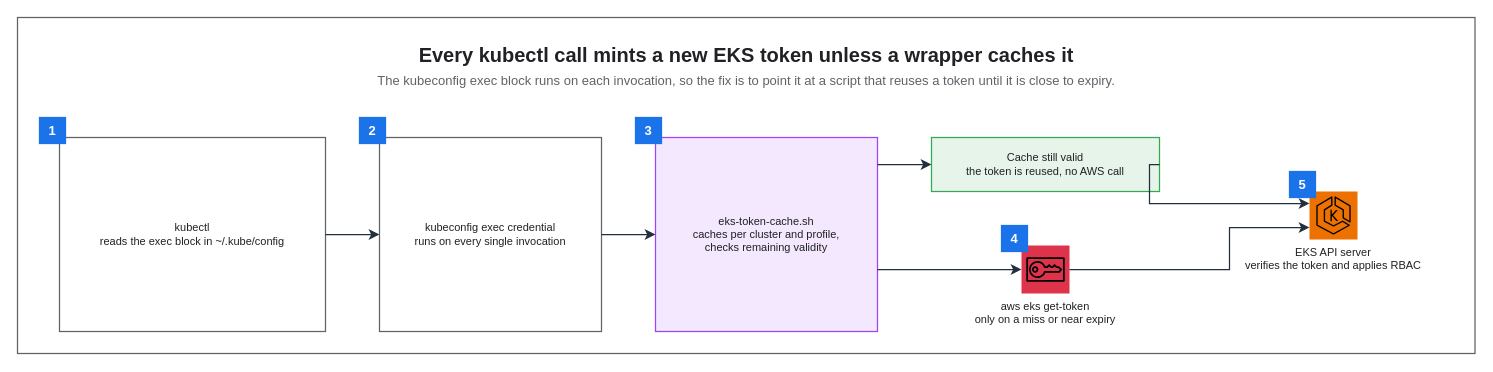
Above: assets/img/aws/eks-token-cache-flow.drawio in KKamJi98/kkamji98.github.io (draw.io), before the change. Source tidied: cells renumbered, new cells numbered last; positions are measured from the earlier drawing's top-left corner, leaving out a move shared by most shapes. Both pictures are drawn from the tidied source at 100%, with x=0, y=0 at pixel (17, 17).
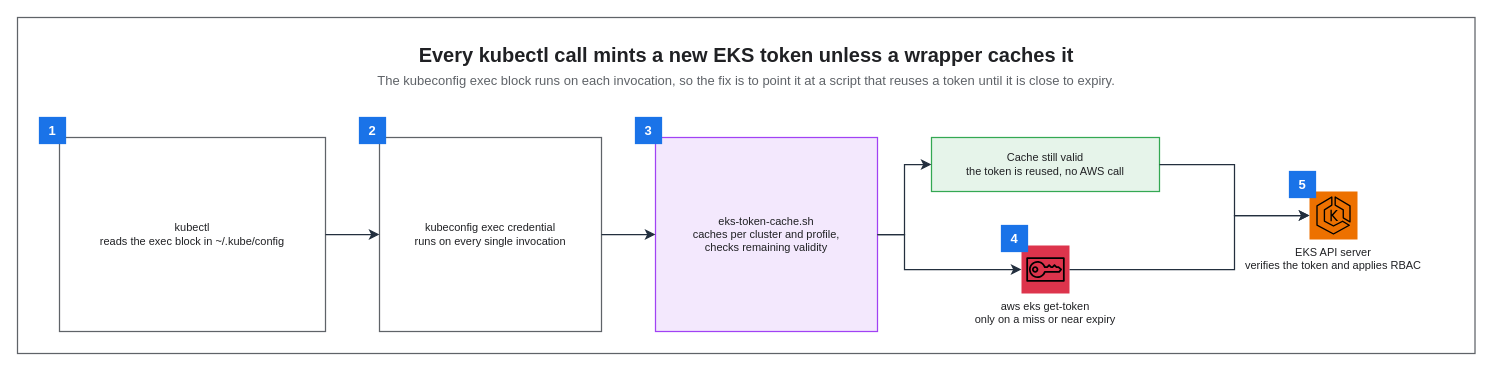
The same page after the edit.

The change refers to these unchanged cells:
```xml
<mxCell id="7" value="eks-token-cache.sh&#10;caches per cluster and profile,&#10;checks remaining validity" style="rounded=0;whiteSpace=wrap;html=0;fillColor=#F3E8FD;strokeColor=#A142F4;fontColor=#202124;fontSize=11;fontStyle=0;align=center;verticalAlign=middle;spacingLeft=6;spacingRight=6;strokeWidth=1.25;" parent="1" vertex="1">
  <mxGeometry x="638" y="120" width="222" height="194" as="geometry" />
</mxCell>
<mxCell id="8" value="Cache still valid&#10;the token is reused, no AWS call" style="rounded=0;whiteSpace=wrap;html=0;fillColor=#E6F4EA;strokeColor=#34A853;fontColor=#202124;fontSize=11;fontStyle=0;align=center;verticalAlign=middle;spacingLeft=6;spacingRight=6;strokeWidth=1.25;" parent="1" vertex="1">
  <mxGeometry x="914" y="120" width="228" height="54" as="geometry" />
</mxCell>
<mxCell id="9" value="aws eks get-token&#10;only on a miss or near expiry" style="sketch=0;outlineConnect=0;gradientColor=none;html=0;whiteSpace=nowrap;fontSize=11;fontStyle=0;fontColor=#202124;verticalLabelPosition=bottom;verticalAlign=top;align=center;labelBackgroundColor=none;fillColor=#DD344C;strokeColor=none;dashed=0;shape=mxgraph.aws4.resourceIcon;resIcon=mxgraph.aws4.sts;" parent="1" vertex="1">
  <mxGeometry x="1004" y="228" width="48" height="48" as="geometry" />
</mxCell>
<mxCell id="10" value="EKS API server&#10;verifies the token and applies RBAC" style="sketch=0;outlineConnect=0;gradientColor=none;html=0;whiteSpace=nowrap;fontSize=11;fontStyle=0;fontColor=#202124;verticalLabelPosition=bottom;verticalAlign=top;align=center;labelBackgroundColor=none;fillColor=#ED7100;strokeColor=none;dashed=0;shape=mxgraph.aws4.resourceIcon;resIcon=mxgraph.aws4.eks;" parent="1" vertex="1">
  <mxGeometry x="1292" y="174" width="48" height="48" as="geometry" />
</mxCell>
```

Change to the diagram source:
```diff
@@
-    <mxCell id="18" style="edgeStyle=orthogonalEdgeStyle;rounded=0;html=0;strokeColor=#232F3E;strokeWidth=1.25;endArrow=classic;endFill=1;endSize=7;fontSize=11;fontColor=#202124;labelBackgroundColor=none;jettySize=14;exitX=1;exitY=0.1392;entryX=0;entryY=0.5;exitDx=0;exitDy=0;entryDx=0;entryDy=0;" parent="1" edge="1" source="7" target="8">
-      <mxGeometry relative="1" as="geometry" />
+    <mxCell id="18" style="edgeStyle=orthogonalEdgeStyle;rounded=0;html=0;strokeColor=#232F3E;strokeWidth=1.25;endArrow=classic;endFill=1;endSize=7;fontSize=11;fontColor=#202124;labelBackgroundColor=none;jettySize=14;exitX=1;exitY=0.5;entryX=0;entryY=0.5;exitDx=0;exitDy=0;entryDx=0;entryDy=0;" parent="1" edge="1" source="7" target="8">
+      <mxGeometry relative="1" as="geometry">
+        <Array as="points">
+          <mxPoint x="887" y="217" />
+          <mxPoint x="887" y="147" />
+        </Array>
+      </mxGeometry>
     </mxCell>
-    <mxCell id="19" style="edgeStyle=orthogonalEdgeStyle;rounded=0;html=0;strokeColor=#232F3E;strokeWidth=1.25;endArrow=classic;endFill=1;endSize=7;fontSize=11;fontColor=#202124;labelBackgroundColor=none;jettySize=14;exitX=1;exitY=0.6804;entryX=0;entryY=0.5;exitDx=0;exitDy=0;entryDx=0;entryDy=0;" parent="1" edge="1" source="7" target="9">
-      <mxGeometry relative="1" as="geometry" />
+    <mxCell id="19" style="edgeStyle=orthogonalEdgeStyle;rounded=0;html=0;strokeColor=#232F3E;strokeWidth=1.25;endArrow=classic;endFill=1;endSize=7;fontSize=11;fontColor=#202124;labelBackgroundColor=none;jettySize=14;exitX=1;exitY=0.5;entryX=0;entryY=0.5;exitDx=0;exitDy=0;entryDx=0;entryDy=0;" parent="1" edge="1" source="7" target="9">
+      <mxGeometry relative="1" as="geometry">
+        <Array as="points">
+          <mxPoint x="887" y="217" />
+          <mxPoint x="887" y="252" />
+        </Array>
+      </mxGeometry>
     </mxCell>
-    <mxCell id="20" style="edgeStyle=orthogonalEdgeStyle;rounded=0;html=0;strokeColor=#232F3E;strokeWidth=1.25;endArrow=classic;endFill=1;endSize=7;fontSize=11;fontColor=#202124;labelBackgroundColor=none;jettySize=14;exitX=1;exitY=0.5;entryX=0;entryY=0.25;exitDx=0;exitDy=0;entryDx=0;entryDy=0;" parent="1" edge="1" source="8" target="10">
+    <mxCell id="20" style="edgeStyle=orthogonalEdgeStyle;rounded=0;html=0;strokeColor=#232F3E;strokeWidth=1.25;endArrow=classic;endFill=1;endSize=7;fontSize=11;fontColor=#202124;labelBackgroundColor=none;jettySize=14;exitX=1;exitY=0.5;entryX=0;entryY=0.5;exitDx=0;exitDy=0;entryDx=0;entryDy=0;" parent="1" edge="1" source="8" target="10">
       <mxGeometry relative="1" as="geometry">
         <Array as="points">
-          <mxPoint x="1132" y="147" />
-          <mxPoint x="1132" y="186" />
+          <mxPoint x="1217" y="147" />
+          <mxPoint x="1217" y="198" />
         </Array>
       </mxGeometry>
     </mxCell>
-    <mxCell id="21" style="edgeStyle=orthogonalEdgeStyle;rounded=0;html=0;strokeColor=#232F3E;strokeWidth=1.25;endArrow=classic;endFill=1;endSize=7;fontSize=11;fontColor=#202124;labelBackgroundColor=none;jettySize=14;exitX=1;exitY=0.5;entryX=0;entryY=0.75;exitDx=0;exitDy=0;entryDx=0;entryDy=0;" parent="1" edge="1" source="9" target="10">
+    <mxCell id="21" style="edgeStyle=orthogonalEdgeStyle;rounded=0;html=0;strokeColor=#232F3E;strokeWidth=1.25;endArrow=classic;endFill=1;endSize=7;fontSize=11;fontColor=#202124;labelBackgroundColor=none;jettySize=14;exitX=1;exitY=0.5;entryX=0;entryY=0.5;exitDx=0;exitDy=0;entryDx=0;entryDy=0;" parent="1" edge="1" source="9" target="10">
       <mxGeometry relative="1" as="geometry">
         <Array as="points">
-          <mxPoint x="1212" y="252" />
-          <mxPoint x="1212" y="210" />
+          <mxPoint x="1217" y="252" />
+          <mxPoint x="1217" y="198" />
         </Array>
       </mxGeometry>
     </mxCell>
```
